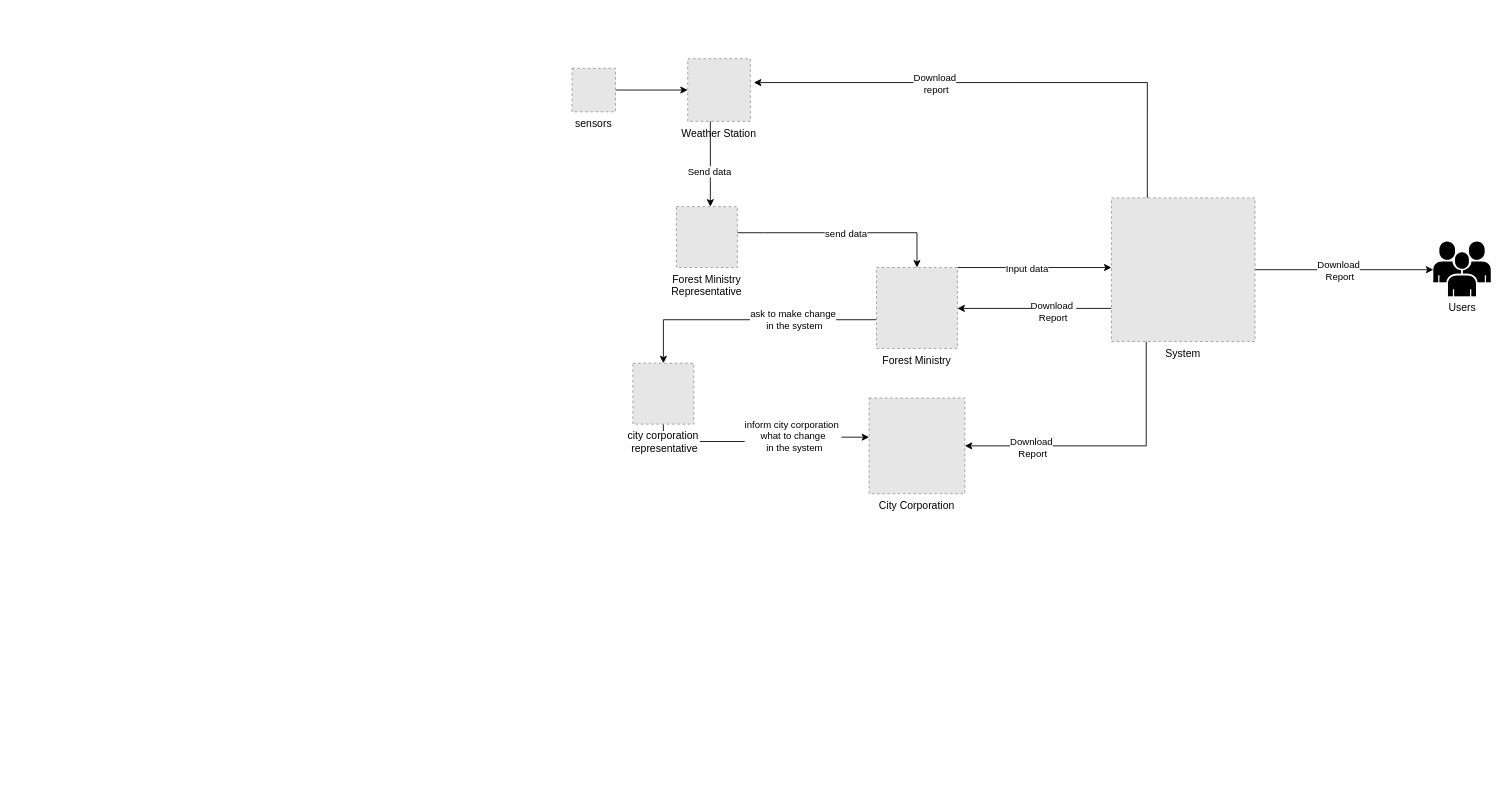
The draw.io diagram RICH_PICTURE_TO-BE.drawio in zorojuro75/CSE303-sec-03-Group-03, before the edit. Source tidied: cells renumbered, new cells numbered last; positions are measured from the earlier drawing's top-left corner, leaving out a move shared by most shapes. Both pictures are drawn from the tidied source at 87%, with x=0, y=0 at pixel (572, 15). Pictures stored in the file or linked from it are replaced by grey dashed boxes.
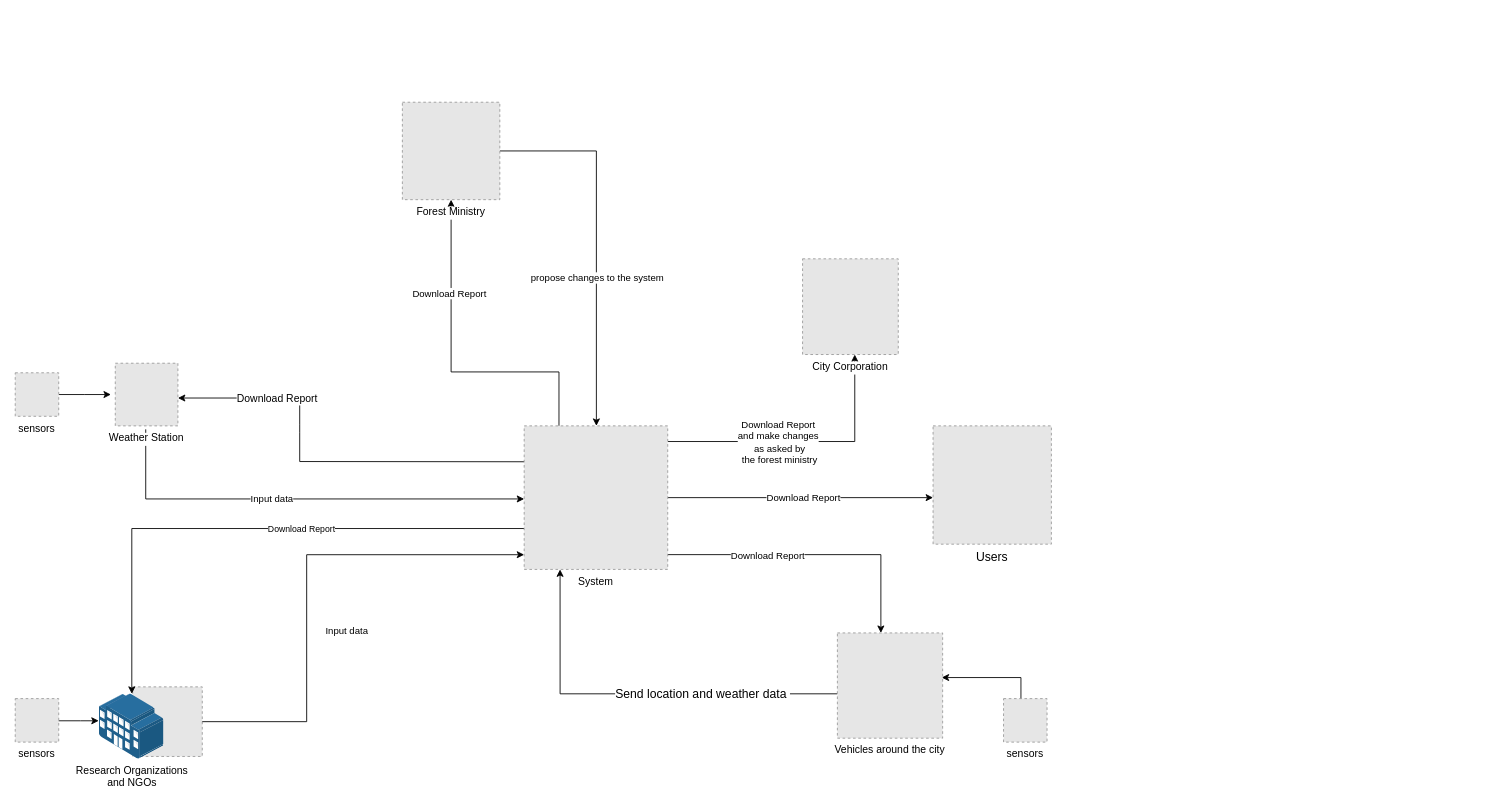
After the change.

Change to the diagram source:
```diff
@@
-    <mxCell id="2" style="edgeStyle=orthogonalEdgeStyle;rounded=0;jettySize=auto;html=1;" parent="1" edge="1" source="26" target="23">
+    <mxCell id="2" style="edgeStyle=orthogonalEdgeStyle;rounded=0;jettySize=auto;html=1;exitX=1;exitY=0.5;exitDx=0;exitDy=0;" parent="1" edge="1" source="26" target="23">
       <mxGeometry relative="1" as="geometry">
         <Array as="points">
-          <mxPoint x="520" y="290" />
-          <mxPoint x="520" y="290" />
+          <mxPoint x="28" y="156" />
         </Array>
       </mxGeometry>
     </mxCell>
-    <mxCell id="3" value="Input data" style="edgeLabel;html=1;align=center;verticalAlign=middle;" parent="2" vertex="1">
-      <mxGeometry x="-0.11" y="-1" relative="1" as="geometry" />
-    </mxCell>
-    <mxCell id="4" style="edgeStyle=orthogonalEdgeStyle;rounded=0;jettySize=auto;html=1;entryX=1.056;entryY=0.381;entryDx=0;entryDy=0;entryPerimeter=0;exitX=0.25;exitY=0;exitDx=0;exitDy=0;" parent="1" edge="1" source="23" target="10">
-      <mxGeometry relative="1" as="geometry">
-        <Array as="points">
-          <mxPoint x="661" y="77" />
-        </Array>
-      </mxGeometry>
-    </mxCell>
-    <mxCell id="5" value="Download&lt;br&gt;&amp;nbsp;report" style="edgeLabel;html=1;align=center;verticalAlign=middle;" parent="4" vertex="1">
-      <mxGeometry x="0.29" y="1" relative="1" as="geometry" />
-    </mxCell>
+    <mxCell id="30" value="propose changes to the system" style="edgeLabel;html=1;align=center;verticalAlign=middle;" parent="2" vertex="1">
+      <mxGeometry x="-0.03" y="-1" relative="1" as="geometry">
+        <mxPoint x="1" y="49" as="offset" />
+      </mxGeometry>
+    </mxCell>
     <mxCell id="6" style="edgeStyle=orthogonalEdgeStyle;rounded=0;jettySize=auto;html=1;" parent="1" edge="1" source="23" target="27">
       <mxGeometry relative="1" as="geometry">
         <Array as="points">
-          <mxPoint x="660" y="495" />
+          <mxPoint x="325" y="490" />
+          <mxPoint x="325" y="365" />
         </Array>
       </mxGeometry>
     </mxCell>
-    <mxCell id="7" value="Download&lt;br&gt;&amp;nbsp;Report" style="edgeLabel;html=1;align=center;verticalAlign=middle;" parent="6" vertex="1">
-      <mxGeometry x="0.54" y="1" relative="1" as="geometry" />
-    </mxCell>
-    <mxCell id="8" value="Users" style="outlineConnect=0;dashed=0;verticalLabelPosition=bottom;verticalAlign=top;align=center;html=1;shape=mxgraph.aws3.users;fillColor=#000000;gradientColor=none;" parent="1" vertex="1">
-      <mxGeometry x="990" y="260" width="66" height="63" as="geometry" />
-    </mxCell>
-    <mxCell id="9" style="group;" parent="1" vertex="1">
-      <mxGeometry x="70" width="140" height="126" as="geometry" />
-    </mxCell>
+    <mxCell id="31" value="Download Report&lt;br&gt;and make changes&lt;br&gt;&amp;nbsp;as asked by&lt;br&gt;&amp;nbsp;the forest ministry" style="edgeLabel;html=1;align=center;verticalAlign=middle;" parent="6" vertex="1">
+      <mxGeometry y="-3" relative="1" as="geometry">
+        <mxPoint x="-32" y="-3" as="offset" />
+      </mxGeometry>
+    </mxCell>
+    <mxCell id="32" style="group;" parent="1" vertex="1">
+      <mxGeometry x="-615" y="749" width="211" height="106" as="geometry" />
+    </mxCell>
+    <mxCell id="33" style="group;" parent="32" vertex="1">
+      <mxGeometry x="71" y="23" width="140" height="83" as="geometry" />
+    </mxCell>
+    <mxCell id="34" style="fillColor=#E6E6E6;strokeColor=#999999;dashed=1;html=1;verticalAlign=top;verticalLabelPosition=bottom;labelBackgroundColor=#ffffff;" parent="33" vertex="1">
+      <mxGeometry x="39" width="80" height="80" as="geometry" />
+    </mxCell>
+    <mxCell id="35" value="Research Organizations &lt;br&gt;and NGOs" style="points=[];html=1;align=center;shadow=0;dashed=0;image;image=img/lib/allied_telesis/buildings/Large_Building.svg;" parent="33" vertex="1">
+      <mxGeometry y="8" width="75" height="75" as="geometry" />
+    </mxCell>
+    <mxCell id="36" style="edgeStyle=orthogonalEdgeStyle;rounded=0;orthogonalLoop=1;jettySize=auto;html=1;" parent="1" edge="1">
+      <mxGeometry relative="1" as="geometry">
+        <mxPoint x="-490" y="476" as="sourcePoint" />
+        <mxPoint x="-55" y="556" as="targetPoint" />
+        <Array as="points">
+          <mxPoint x="-490" y="556" />
+        </Array>
+      </mxGeometry>
+    </mxCell>
+    <mxCell id="37" value="Input data" style="edgeLabel;html=1;align=center;verticalAlign=middle;" parent="36" vertex="1">
+      <mxGeometry x="-0.13" y="1" relative="1" as="geometry" />
+    </mxCell>
+    <mxCell id="38" style="edgeStyle=orthogonalEdgeStyle;rounded=0;jettySize=auto;html=1;entryX=0;entryY=0.679;entryDx=0;entryDy=0;entryPerimeter=0;" parent="1" edge="1" source="34">
+      <mxGeometry relative="1" as="geometry">
+        <mxPoint x="-55" y="620.1" as="targetPoint" />
+        <Array as="points">
+          <mxPoint x="-305" y="812" />
+          <mxPoint x="-305" y="620" />
+        </Array>
+      </mxGeometry>
+    </mxCell>
+    <mxCell id="39" value="Input data" style="edgeLabel;html=1;align=center;verticalAlign=middle;" parent="38" vertex="1">
+      <mxGeometry x="-0.2" relative="1" as="geometry">
+        <mxPoint x="45" as="offset" />
+      </mxGeometry>
+    </mxCell>
+    <mxCell id="40" value="&lt;font style=&quot;font-size: 10px;&quot;&gt;Download Report&lt;br&gt;&lt;/font&gt;" style="endArrow=classic;html=1;rounded=0;fontSize=9;edgeStyle=orthogonalEdgeStyle;" parent="1" edge="1" target="35">
+      <mxGeometry x="-0.2" relative="1" as="geometry">
+        <mxPoint x="-55" y="590" as="sourcePoint" />
+        <Array as="points">
+          <mxPoint x="-506" y="590" />
+        </Array>
+      </mxGeometry>
+    </mxCell>
+    <mxCell id="41" style="endArrow=classic;html=1;rounded=0;fontSize=9;exitX=0;exitY=0.25;exitDx=0;exitDy=0;" parent="1" edge="1" source="23">
+      <mxGeometry relative="1" as="geometry">
+        <mxPoint x="-453" y="440" as="targetPoint" />
+        <Array as="points">
+          <mxPoint x="-313" y="513" />
+          <mxPoint x="-313" y="480" />
+          <mxPoint x="-313" y="470" />
+          <mxPoint x="-313" y="440" />
+        </Array>
+      </mxGeometry>
+    </mxCell>
+    <mxCell id="42" value="&lt;font style=&quot;font-size: 12px;&quot;&gt;Download Report&lt;/font&gt;" style="edgeLabel;html=1;align=center;verticalAlign=middle;" parent="41" vertex="1">
+      <mxGeometry x="0.52" relative="1" as="geometry" />
+    </mxCell>
+    <mxCell id="43" value="&lt;font style=&quot;font-size: 14px;&quot;&gt;Send location and weather data&amp;nbsp;&lt;/font&gt;" style="edgeStyle=orthogonalEdgeStyle;rounded=0;jettySize=auto;html=1;fontSize=10;entryX=0.25;entryY=1;entryDx=0;entryDy=0;" parent="1" edge="1" source="55" target="23">
+      <mxGeometry x="-0.33" relative="1" as="geometry">
+        <Array as="points">
+          <mxPoint x="425" y="775" />
+          <mxPoint x="425" y="780" />
+          <mxPoint x="-14" y="780" />
+        </Array>
+      </mxGeometry>
+    </mxCell>
+    <mxCell id="21" style="endArrow=classic;html=1;rounded=0;fontSize=11;elbow=vertical;edgeStyle=orthogonalEdgeStyle;" parent="1" edge="1" source="23" target="26">
+      <mxGeometry relative="1" as="geometry">
+        <Array as="points">
+          <mxPoint x="-15" y="410" />
+          <mxPoint x="-139" y="410" />
+        </Array>
+      </mxGeometry>
+    </mxCell>
+    <mxCell id="44" value="Download Report" style="edgeLabel;html=1;align=center;verticalAlign=middle;fontSize=11;" parent="21" vertex="1">
+      <mxGeometry x="0.45" y="3" relative="1" as="geometry">
+        <mxPoint y="1" as="offset" />
+      </mxGeometry>
+    </mxCell>
+    <mxCell id="45" style="edgeStyle=orthogonalEdgeStyle;rounded=0;jettySize=auto;html=1;" parent="1" edge="1" source="46">
+      <mxGeometry relative="1" as="geometry">
+        <mxPoint x="-530" y="436" as="targetPoint" />
+      </mxGeometry>
+    </mxCell>
+    <mxCell id="46" value="sensors" style="fillColor=#E6E6E6;strokeColor=#999999;dashed=1;verticalLabelPosition=bottom;labelBackgroundColor=default;verticalAlign=top;" parent="1" vertex="1">
+      <mxGeometry x="-640" y="411" width="50" height="50" as="geometry" />
+    </mxCell>
+    <mxCell id="47" style="edgeStyle=orthogonalEdgeStyle;rounded=0;jettySize=auto;html=1;" parent="1" edge="1" target="35">
+      <mxGeometry relative="1" as="geometry">
+        <mxPoint x="-595" y="810" as="sourcePoint" />
+        <Array as="points">
+          <mxPoint x="-565" y="811" />
+          <mxPoint x="-565" y="811" />
+        </Array>
+      </mxGeometry>
+    </mxCell>
+    <mxCell id="48" value="sensors" style="fillColor=#E6E6E6;strokeColor=#999999;dashed=1;verticalLabelPosition=bottom;labelBackgroundColor=default;verticalAlign=top;" parent="1" vertex="1">
+      <mxGeometry x="-640" y="785.5" width="50" height="50" as="geometry" />
+    </mxCell>
-    <mxCell id="10" value="Weather Station" style="fillColor=#E6E6E6;strokeColor=#999999;dashed=1;verticalLabelPosition=bottom;labelBackgroundColor=default;verticalAlign=top;" parent="9" vertex="1">
-      <mxGeometry x="63" y="50" width="72" height="72" as="geometry" />
+    <mxCell id="10" value="Weather Station" style="fillColor=#E6E6E6;strokeColor=#999999;dashed=1;verticalLabelPosition=bottom;labelBackgroundColor=default;verticalAlign=top;" parent="1" vertex="1">
+      <mxGeometry x="-525" y="400" width="72" height="72" as="geometry" />
     </mxCell>
-    <mxCell id="11" style="edgeStyle=orthogonalEdgeStyle;rounded=0;jettySize=auto;html=1;entryX=0.5;entryY=0;entryDx=0;entryDy=0;" parent="1" edge="1" source="13" target="26">
-      <mxGeometry relative="1" as="geometry">
-        <Array as="points">
-          <mxPoint x="220" y="250" />
-          <mxPoint x="396" y="250" />
-        </Array>
-      </mxGeometry>
-    </mxCell>
-    <mxCell id="12" value="send data" style="edgeLabel;html=1;align=center;verticalAlign=middle;" parent="11" vertex="1">
-      <mxGeometry x="0.01" relative="1" as="geometry" />
-    </mxCell>
-    <mxCell id="13" value="Forest Ministry&#10;Representative" style="fillColor=#E6E6E6;strokeColor=#999999;dashed=1;verticalLabelPosition=bottom;labelBackgroundColor=default;verticalAlign=top;" parent="1" vertex="1">
-      <mxGeometry x="120" y="220" width="70" height="70" as="geometry" />
-    </mxCell>
-    <mxCell id="14" style="edgeStyle=orthogonalEdgeStyle;rounded=0;jettySize=auto;html=1;" parent="1" edge="1" source="16" target="27">
-      <mxGeometry relative="1" as="geometry">
-        <Array as="points">
-          <mxPoint x="105" y="490" />
-          <mxPoint x="210" y="490" />
-          <mxPoint x="210" y="485" />
-        </Array>
-      </mxGeometry>
-    </mxCell>
-    <mxCell id="15" value="inform city corporation&amp;nbsp;&lt;br&gt;what to change&lt;br&gt;&amp;nbsp;in the system" style="edgeLabel;html=1;align=center;verticalAlign=middle;" parent="14" vertex="1">
-      <mxGeometry x="0.32" y="2" relative="1" as="geometry" />
-    </mxCell>
-    <mxCell id="16" value="city corporation&#10; representative" style="fillColor=#E6E6E6;strokeColor=#999999;dashed=1;verticalLabelPosition=bottom;labelBackgroundColor=default;verticalAlign=top;" parent="1" vertex="1">
-      <mxGeometry x="70" y="400" width="70" height="70" as="geometry" />
-    </mxCell>
-    <mxCell id="17" style="edgeStyle=orthogonalEdgeStyle;rounded=0;jettySize=auto;html=1;" parent="1" edge="1" source="18" target="10">
-      <mxGeometry relative="1" as="geometry" />
-    </mxCell>
-    <mxCell id="18" value="sensors" style="fillColor=#E6E6E6;strokeColor=#999999;dashed=1;verticalLabelPosition=bottom;labelBackgroundColor=default;verticalAlign=top;" parent="1" vertex="1">
-      <mxGeometry y="61" width="50" height="50" as="geometry" />
-    </mxCell>
-    <mxCell id="19" style="edgeStyle=orthogonalEdgeStyle;rounded=0;jettySize=auto;html=1;" parent="1" edge="1" source="23" target="8">
-      <mxGeometry relative="1" as="geometry">
-        <Array as="points">
-          <mxPoint x="1030" y="263" />
-          <mxPoint x="1030" y="263" />
-        </Array>
-      </mxGeometry>
-    </mxCell>
-    <mxCell id="20" value="Download&lt;br&gt;&amp;nbsp;Report" style="edgeLabel;html=1;align=center;verticalAlign=middle;" parent="19" vertex="1">
-      <mxGeometry x="-0.07" y="-1" relative="1" as="geometry" />
-    </mxCell>
-    <mxCell id="21" style="edgeStyle=orthogonalEdgeStyle;rounded=0;jettySize=auto;html=1;" parent="1" edge="1" source="23" target="26">
-      <mxGeometry relative="1" as="geometry">
-        <Array as="points">
-          <mxPoint x="590" y="337" />
-          <mxPoint x="590" y="337" />
-        </Array>
-      </mxGeometry>
-    </mxCell>
-    <mxCell id="22" value="Download&amp;nbsp;&lt;br&gt;Report" style="edgeLabel;html=1;align=center;verticalAlign=middle;" parent="21" vertex="1">
-      <mxGeometry x="-0.24" y="3" relative="1" as="geometry">
-        <mxPoint x="-1" as="offset" />
-      </mxGeometry>
-    </mxCell>
+    <mxCell id="49" style="edgeStyle=orthogonalEdgeStyle;rounded=0;jettySize=auto;html=1;" parent="1" edge="1" source="23">
+      <mxGeometry relative="1" as="geometry">
+        <mxPoint x="415" y="554.5" as="targetPoint" />
+      </mxGeometry>
+    </mxCell>
+    <mxCell id="50" value="Download Report" style="edgeLabel;html=1;align=center;verticalAlign=middle;" parent="49" vertex="1">
+      <mxGeometry x="-0.1" y="-4" relative="1" as="geometry">
+        <mxPoint x="18" y="-4" as="offset" />
+      </mxGeometry>
+    </mxCell>
+    <mxCell id="51" style="edgeStyle=orthogonalEdgeStyle;rounded=0;jettySize=auto;html=1;" parent="1" edge="1" source="23" target="55">
+      <mxGeometry relative="1" as="geometry">
+        <Array as="points">
+          <mxPoint x="355" y="620" />
+        </Array>
+      </mxGeometry>
+    </mxCell>
+    <mxCell id="52" value="Download Report" style="edgeLabel;html=1;align=center;verticalAlign=middle;" parent="51" vertex="1">
+      <mxGeometry x="-0.32" relative="1" as="geometry" />
+    </mxCell>
     <mxCell id="23" value="System" style="fillColor=#E6E6E6;strokeColor=#999999;dashed=1;verticalLabelPosition=bottom;labelBackgroundColor=default;verticalAlign=top;" parent="1" vertex="1">
-      <mxGeometry x="620" y="210" width="165" height="165" as="geometry" />
+      <mxGeometry x="-55" y="472" width="165" height="165" as="geometry" />
     </mxCell>
-    <mxCell id="24" style="edgeStyle=orthogonalEdgeStyle;rounded=0;jettySize=auto;html=1;entryX=0.5;entryY=0;entryDx=0;entryDy=0;" parent="1" edge="1" source="26" target="16">
-      <mxGeometry relative="1" as="geometry">
-        <Array as="points">
-          <mxPoint x="105" y="350" />
-        </Array>
-      </mxGeometry>
-    </mxCell>
-    <mxCell id="25" value="ask to make change&lt;br&gt;&amp;nbsp;in the system" style="edgeLabel;html=1;align=center;verticalAlign=middle;" parent="24" vertex="1">
-      <mxGeometry x="-0.34" y="-1" relative="1" as="geometry" />
-    </mxCell>
+    <mxCell id="53" style="edgeStyle=orthogonalEdgeStyle;rounded=0;jettySize=auto;html=1;entryX=0.991;entryY=0.424;entryDx=0;entryDy=0;entryPerimeter=0;" parent="1" edge="1" target="55">
+      <mxGeometry relative="1" as="geometry">
+        <mxPoint x="516" y="790.5" as="sourcePoint" />
+        <Array as="points">
+          <mxPoint x="516" y="761" />
+        </Array>
+      </mxGeometry>
+    </mxCell>
+    <mxCell id="54" value="sensors" style="fillColor=#E6E6E6;strokeColor=#999999;dashed=1;verticalLabelPosition=bottom;labelBackgroundColor=default;verticalAlign=top;" parent="1" vertex="1">
+      <mxGeometry x="496" y="785.5" width="50" height="50" as="geometry" />
+    </mxCell>
     <mxCell id="26" value="Forest Ministry" style="fillColor=#E6E6E6;strokeColor=#999999;dashed=1;verticalLabelPosition=bottom;labelBackgroundColor=default;verticalAlign=top;" parent="1" vertex="1">
-      <mxGeometry x="350" y="290" width="93" height="93" as="geometry" />
+      <mxGeometry x="-195" y="100" width="112" height="112" as="geometry" />
     </mxCell>
     <mxCell id="27" value="City Corporation" style="fillColor=#E6E6E6;strokeColor=#999999;dashed=1;verticalLabelPosition=bottom;labelBackgroundColor=default;verticalAlign=top;" parent="1" vertex="1">
-      <mxGeometry x="341.5" y="440" width="110" height="110" as="geometry" />
+      <mxGeometry x="265" y="280" width="110" height="110" as="geometry" />
     </mxCell>
-    <mxCell id="28" style="edgeStyle=orthogonalEdgeStyle;rounded=0;jettySize=auto;html=1;" parent="1" edge="1" source="10" target="13">
-      <mxGeometry relative="1" as="geometry">
-        <Array as="points">
-          <mxPoint x="159" y="190" />
-          <mxPoint x="159" y="190" />
-        </Array>
-      </mxGeometry>
-    </mxCell>
-    <mxCell id="29" value="Send data" style="edgeLabel;html=1;align=center;verticalAlign=middle;" parent="28" vertex="1">
-      <mxGeometry x="0.16" y="-2" relative="1" as="geometry" />
-    </mxCell>
+    <mxCell id="55" value="Vehicles around the city" style="fillColor=#E6E6E6;strokeColor=#999999;dashed=1;verticalLabelPosition=bottom;labelBackgroundColor=default;verticalAlign=top;" parent="1" vertex="1">
+      <mxGeometry x="305" y="710" width="121" height="121" as="geometry" />
+    </mxCell>
+    <mxCell id="8" value="Users" style="fillColor=#E6E6E6;strokeColor=#999999;dashed=1;verticalLabelPosition=bottom;verticalAlign=top;fontSize=14;" parent="1" vertex="1">
+      <mxGeometry x="415" y="472" width="136" height="136" as="geometry" />
+    </mxCell>
```
